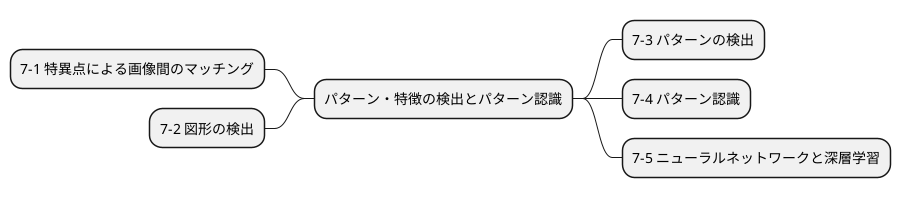
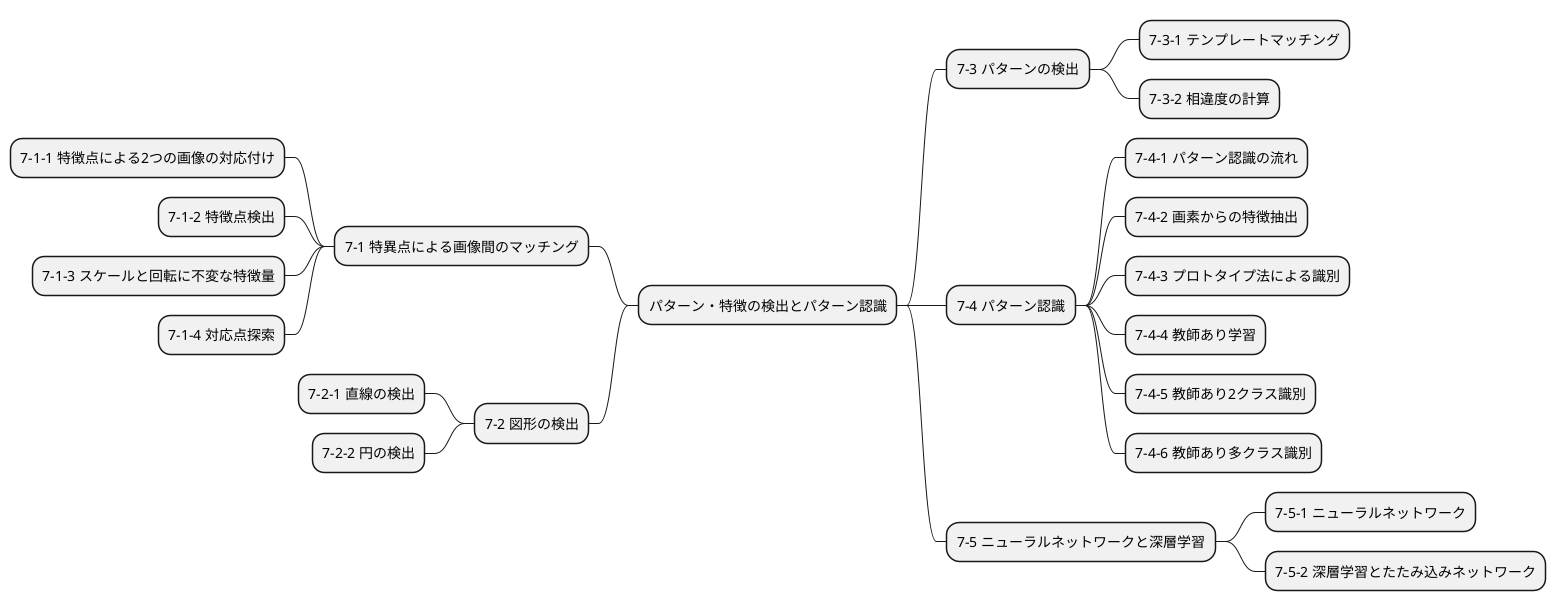
@startmindmap img_proc_basic_07
+ パターン・特徴の検出とパターン認識
-- 7-1 特異点による画像間のマッチング
+ --- 7-1-1 特徴点による2つの画像の対応付け
+ --- 7-1-2 特徴点検出
+ --- 7-1-3 スケールと回転に不変な特徴量
+ --- 7-1-4 対応点探索
-- 7-2 図形の検出
+ --- 7-2-1 直線の検出
+ --- 7-2-2 円の検出
++ 7-3 パターンの検出
+ +++ 7-3-1 テンプレートマッチング
+ +++ 7-3-2 相違度の計算
++ 7-4 パターン認識
+ +++ 7-4-1 パターン認識の流れ
+ +++ 7-4-2 画素からの特徴抽出
+ +++ 7-4-3 プロトタイプ法による識別
+ +++ 7-4-4 教師あり学習
+ +++ 7-4-5 教師あり2クラス識別
+ +++ 7-4-6 教師あり多クラス識別
++ 7-5 ニューラルネットワークと深層学習
+ +++ 7-5-1 ニューラルネットワーク
+ +++ 7-5-2 深層学習とたたみ込みネットワーク
@endmindmap
